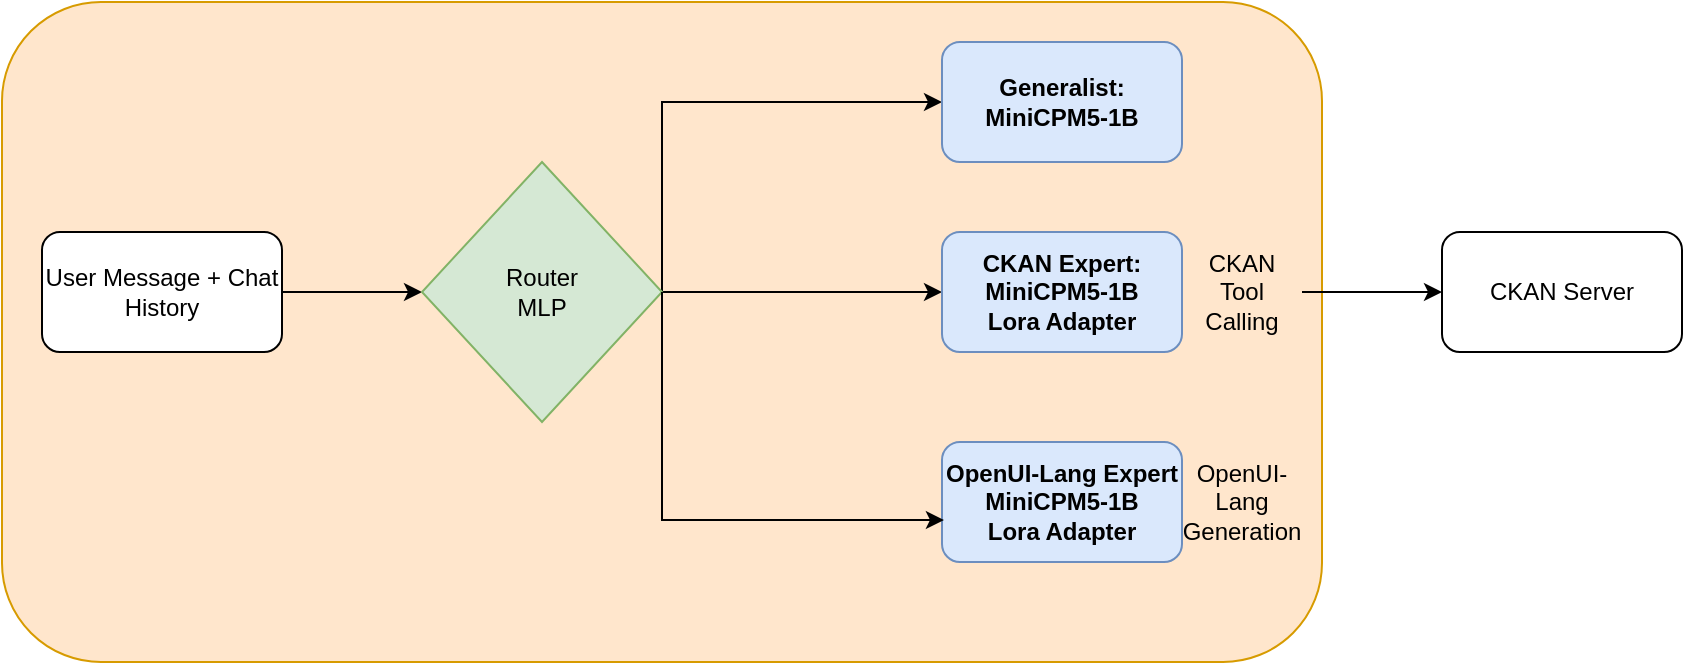
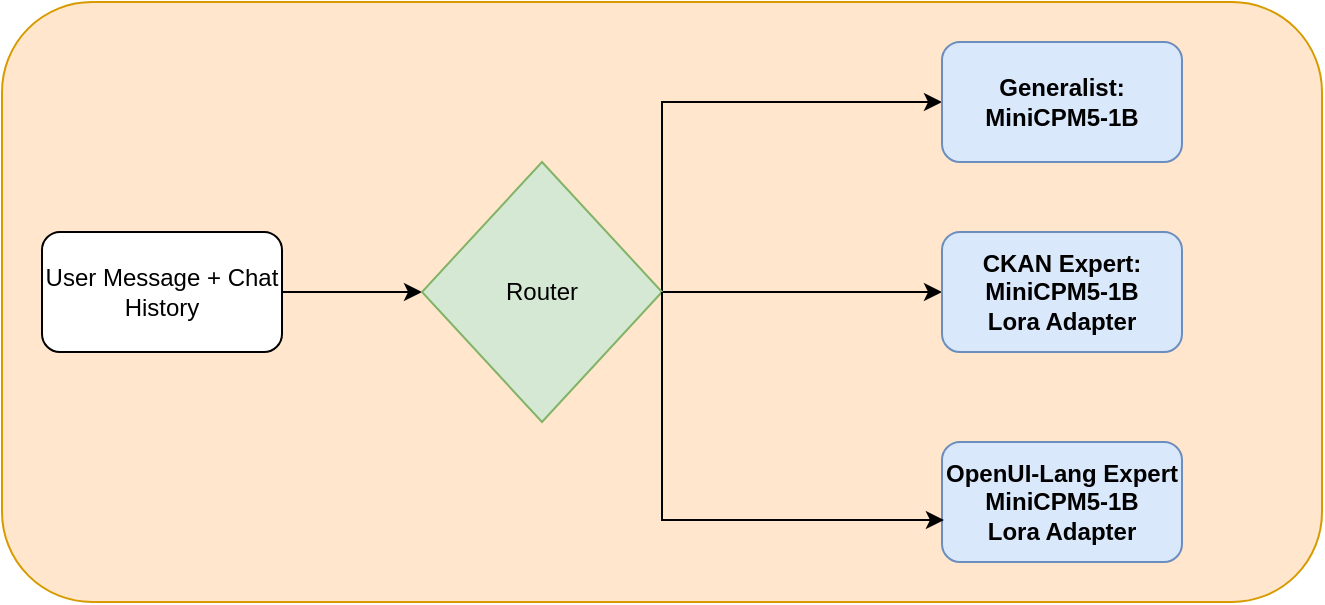
<mxfile host="Electron">
  <diagram name="Seite-1" id="--W7xErzw7mmmknJq3xL">
-     <mxGraphModel dx="1414" dy="841" grid="1" gridSize="10" guides="1" tooltips="1" connect="1" arrows="1" fold="1" page="1" pageScale="1" pageWidth="827" pageHeight="1169" math="0" shadow="0">
+     <mxGraphModel dx="1178" dy="701" grid="1" gridSize="10" guides="1" tooltips="1" connect="1" arrows="1" fold="1" page="1" pageScale="1" pageWidth="827" pageHeight="1169" math="0" shadow="0">
      <root>
        <mxCell id="0" />
        <mxCell id="1" parent="0" />
        <mxCell id="v_-eqBuquaCcQm3YQTyd-14" parent="1" style="rounded=1;whiteSpace=wrap;html=1;fillColor=#ffe6cc;strokeColor=#d79b00;" value="" vertex="1">
-           <mxGeometry height="330" width="660" x="100" y="80" as="geometry" />
+           <mxGeometry height="300" width="660" x="100" y="80" as="geometry" />
        </mxCell>
        <mxCell id="v_-eqBuquaCcQm3YQTyd-6" edge="1" parent="1" source="v_-eqBuquaCcQm3YQTyd-2" style="edgeStyle=orthogonalEdgeStyle;rounded=0;orthogonalLoop=1;jettySize=auto;html=1;" target="v_-eqBuquaCcQm3YQTyd-3">
          <mxGeometry relative="1" as="geometry" />
        </mxCell>
        <mxCell id="v_-eqBuquaCcQm3YQTyd-2" parent="1" style="rounded=1;whiteSpace=wrap;html=1;" value="User Message + Chat History" vertex="1">
          <mxGeometry height="60" width="120" x="120" y="195" as="geometry" />
        </mxCell>
        <mxCell id="v_-eqBuquaCcQm3YQTyd-10" edge="1" parent="1" source="v_-eqBuquaCcQm3YQTyd-3" style="edgeStyle=orthogonalEdgeStyle;rounded=0;orthogonalLoop=1;jettySize=auto;html=1;entryX=0;entryY=0.5;entryDx=0;entryDy=0;" target="v_-eqBuquaCcQm3YQTyd-9">
          <mxGeometry relative="1" as="geometry" />
        </mxCell>
        <mxCell id="v_-eqBuquaCcQm3YQTyd-15" edge="1" parent="1" source="v_-eqBuquaCcQm3YQTyd-3" style="edgeStyle=orthogonalEdgeStyle;rounded=0;orthogonalLoop=1;jettySize=auto;html=1;entryX=0;entryY=0.5;entryDx=0;entryDy=0;" target="v_-eqBuquaCcQm3YQTyd-4">
          <mxGeometry relative="1" as="geometry">
            <Array as="points">
              <mxPoint x="430" y="130" />
            </Array>
          </mxGeometry>
        </mxCell>
-         <mxCell id="v_-eqBuquaCcQm3YQTyd-3" parent="1" style="rhombus;whiteSpace=wrap;html=1;fillColor=#d5e8d4;strokeColor=#82b366;" value="Router&lt;div&gt;MLP&lt;/div&gt;" vertex="1">
+         <mxCell id="v_-eqBuquaCcQm3YQTyd-3" parent="1" style="rhombus;whiteSpace=wrap;html=1;fillColor=#d5e8d4;strokeColor=#82b366;" value="Router" vertex="1">
          <mxGeometry height="130" width="120" x="310" y="160" as="geometry" />
        </mxCell>
        <mxCell id="v_-eqBuquaCcQm3YQTyd-4" parent="1" style="rounded=1;whiteSpace=wrap;html=1;fillColor=#dae8fc;strokeColor=#6c8ebf;" value="&lt;div&gt;&lt;strong&gt;Generalist:&lt;/strong&gt;&lt;/div&gt;&lt;strong&gt;MiniCPM5-1B&lt;/strong&gt;" vertex="1">
          <mxGeometry height="60" width="120" x="570" y="100" as="geometry" />
        </mxCell>
        <mxCell id="v_-eqBuquaCcQm3YQTyd-5" parent="1" style="rounded=1;whiteSpace=wrap;html=1;fillColor=#dae8fc;strokeColor=#6c8ebf;" value="&lt;div&gt;&lt;strong&gt;OpenUI-Lang Expert&lt;/strong&gt;&lt;/div&gt;&lt;strong&gt;MiniCPM5-1B&lt;/strong&gt;&lt;div&gt;&lt;strong style=&quot;background-color: transparent; color: light-dark(rgb(0, 0, 0), rgb(255, 255, 255));&quot;&gt;Lora Adapter&lt;/strong&gt;&lt;/div&gt;" vertex="1">
          <mxGeometry height="60" width="120" x="570" y="300" as="geometry" />
        </mxCell>
        <mxCell id="v_-eqBuquaCcQm3YQTyd-9" parent="1" style="rounded=1;whiteSpace=wrap;html=1;fillColor=#dae8fc;strokeColor=#6c8ebf;" value="&lt;strong&gt;CKAN Expert:&lt;br&gt;MiniCPM5-1B&lt;/strong&gt;&lt;div&gt;&lt;strong&gt;Lora Adapter&lt;/strong&gt;&lt;/div&gt;" vertex="1">
          <mxGeometry height="60" width="120" x="570" y="195" as="geometry" />
        </mxCell>
        <mxCell id="v_-eqBuquaCcQm3YQTyd-11" edge="1" parent="1" source="v_-eqBuquaCcQm3YQTyd-3" style="edgeStyle=orthogonalEdgeStyle;rounded=0;orthogonalLoop=1;jettySize=auto;html=1;exitX=1;exitY=0.5;exitDx=0;exitDy=0;entryX=0.008;entryY=0.65;entryDx=0;entryDy=0;entryPerimeter=0;" target="v_-eqBuquaCcQm3YQTyd-5">
          <mxGeometry relative="1" as="geometry">
            <Array as="points">
              <mxPoint x="430" y="339" />
            </Array>
          </mxGeometry>
        </mxCell>
-         <mxCell id="v_-eqBuquaCcQm3YQTyd-12" parent="1" style="text;html=1;whiteSpace=wrap;strokeColor=none;fillColor=none;align=center;verticalAlign=middle;rounded=0;" value="OpenUI-Lang&lt;div&gt;Generation&lt;/div&gt;" vertex="1">
-           <mxGeometry height="30" width="60" x="690" y="315" as="geometry" />
-         </mxCell>
-         <mxCell id="v_-eqBuquaCcQm3YQTyd-17" edge="1" parent="1" source="v_-eqBuquaCcQm3YQTyd-13" style="edgeStyle=orthogonalEdgeStyle;rounded=0;orthogonalLoop=1;jettySize=auto;html=1;" target="v_-eqBuquaCcQm3YQTyd-16">
-           <mxGeometry relative="1" as="geometry" />
-         </mxCell>
-         <mxCell id="v_-eqBuquaCcQm3YQTyd-13" parent="1" style="text;html=1;whiteSpace=wrap;strokeColor=none;fillColor=none;align=center;verticalAlign=middle;rounded=0;" value="CKAN Tool Calling" vertex="1">
-           <mxGeometry height="30" width="60" x="690" y="210" as="geometry" />
-         </mxCell>
-         <mxCell id="v_-eqBuquaCcQm3YQTyd-16" parent="1" style="rounded=1;whiteSpace=wrap;html=1;" value="CKAN Server" vertex="1">
-           <mxGeometry height="60" width="120" x="820" y="195" as="geometry" />
-         </mxCell>
      </root>
    </mxGraphModel>
  </diagram>
</mxfile>
